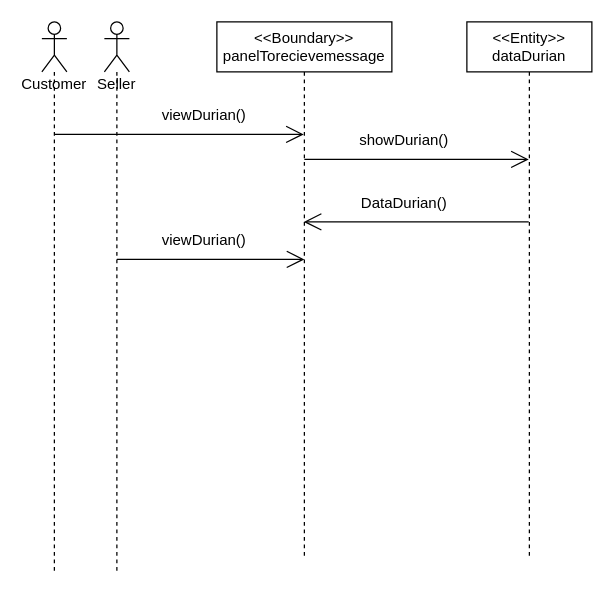
This is page "Page-1" (1 of 2) of View Stock.drawio from munkeawtoast/isad-diagrams, a draw.io file, before an edit. Source tidied: cells renumbered, new cells numbered last; positions are measured from the earlier drawing's top-left corner, leaving out a move shared by most shapes. Both pictures are drawn from the tidied source at 125%, with x=0, y=0 at pixel (41, 21).
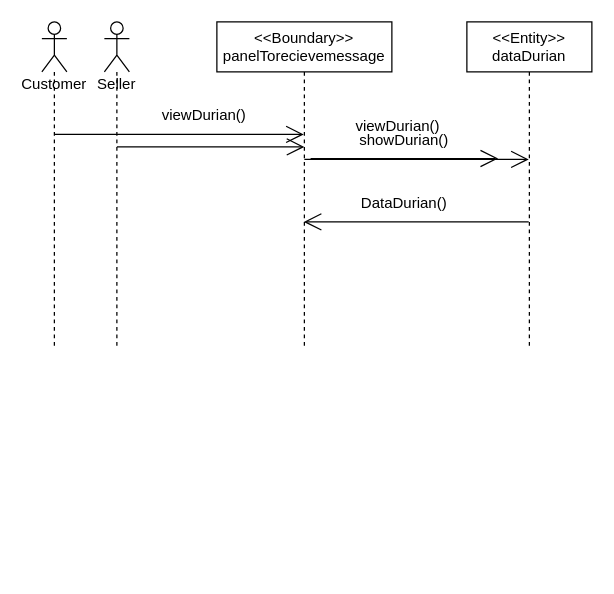
The same page after the edit.

Change to the diagram source:
```diff
@@
     <mxCell id="2" value="Customer" style="shape=umlLifeline;participant=umlActor;perimeter=lifelinePerimeter;whiteSpace=wrap;html=1;verticalAlign=top;spacingTop=36;" parent="1" vertex="1">
-      <mxGeometry width="20" height="440" as="geometry" />
+      <mxGeometry width="20" height="260" as="geometry" />
     </mxCell>
     <mxCell id="3" value="Seller" style="shape=umlLifeline;participant=umlActor;perimeter=lifelinePerimeter;whiteSpace=wrap;html=1;verticalAlign=top;spacingTop=36;" parent="1" vertex="1">
-      <mxGeometry x="50" width="20" height="440" as="geometry" />
+      <mxGeometry x="50" width="20" height="260" as="geometry" />
     </mxCell>
     <mxCell id="4" value="&amp;lt;&amp;lt;Boundary&amp;gt;&amp;gt;&lt;br&gt;panelTorecievemessage" style="shape=umlLifeline;perimeter=lifelinePerimeter;whiteSpace=wrap;html=1;outlineConnect=0;" parent="1" vertex="1">
-      <mxGeometry x="140" width="140" height="430" as="geometry" />
+      <mxGeometry x="140" width="140" height="260" as="geometry" />
     </mxCell>
+    <mxCell id="7" style="endArrow=open;endFill=1;endSize=12;html=1;" parent="4" edge="1">
+      <mxGeometry relative="1" as="geometry">
+        <mxPoint x="-80" y="100" as="sourcePoint" />
+        <mxPoint x="70" y="100" as="targetPoint" />
+      </mxGeometry>
+    </mxCell>
@@
-    <mxCell id="7" style="endArrow=open;endFill=1;endSize=12;html=1;" parent="1" edge="1">
-      <mxGeometry relative="1" as="geometry">
-        <mxPoint x="60" y="190" as="sourcePoint" />
-        <mxPoint x="210" y="190" as="targetPoint" />
-      </mxGeometry>
-    </mxCell>
     <mxCell id="8" value="&amp;lt;&amp;lt;Entity&amp;gt;&amp;gt;&lt;br&gt;dataDurian" style="shape=umlLifeline;perimeter=lifelinePerimeter;whiteSpace=wrap;html=1;outlineConnect=0;" parent="1" vertex="1">
-      <mxGeometry x="340" width="100" height="430" as="geometry" />
+      <mxGeometry x="340" width="100" height="260" as="geometry" />
     </mxCell>
@@
+    <mxCell id="13" value="DataDurian()" style="text;html=1;strokeColor=none;fillColor=none;align=center;verticalAlign=middle;whiteSpace=wrap;rounded=0;" parent="1" vertex="1">
+      <mxGeometry x="260" y="130" width="60" height="30" as="geometry" />
+    </mxCell>
+    <mxCell id="14" style="endArrow=open;endFill=1;endSize=12;html=1;" parent="1" edge="1">
+      <mxGeometry relative="1" as="geometry">
+        <mxPoint x="215" y="109.3" as="sourcePoint" />
+        <mxPoint x="365" y="109.3" as="targetPoint" />
+      </mxGeometry>
+    </mxCell>
     <mxCell id="12" value="viewDurian()" style="text;html=1;strokeColor=none;fillColor=none;align=center;verticalAlign=middle;whiteSpace=wrap;rounded=0;" parent="1" vertex="1">
-      <mxGeometry x="90" y="160" width="80" height="30" as="geometry" />
+      <mxGeometry x="245" y="69.3" width="80" height="30" as="geometry" />
     </mxCell>
-    <mxCell id="13" value="DataDurian()" style="text;html=1;strokeColor=none;fillColor=none;align=center;verticalAlign=middle;whiteSpace=wrap;rounded=0;" parent="1" vertex="1">
-      <mxGeometry x="260" y="130" width="60" height="30" as="geometry" />
-    </mxCell>
```
